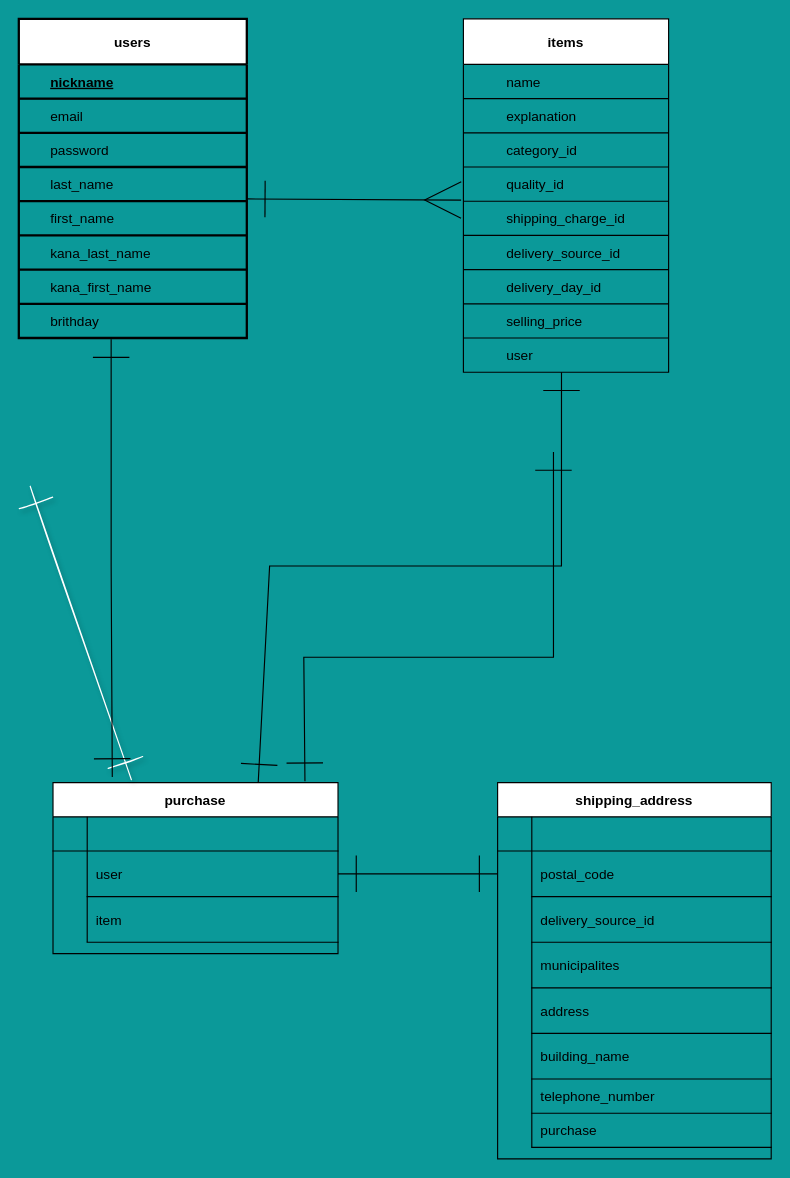
This is test.dio from CEmi6653/furima-36068, a draw.io file, before an edit. Source tidied: cells renumbered, new cells numbered last; positions are measured from the earlier drawing's top-left corner, leaving out a move shared by most shapes. Both pictures are drawn from the tidied source at 114%, with x=0, y=0 at pixel (18, 18).
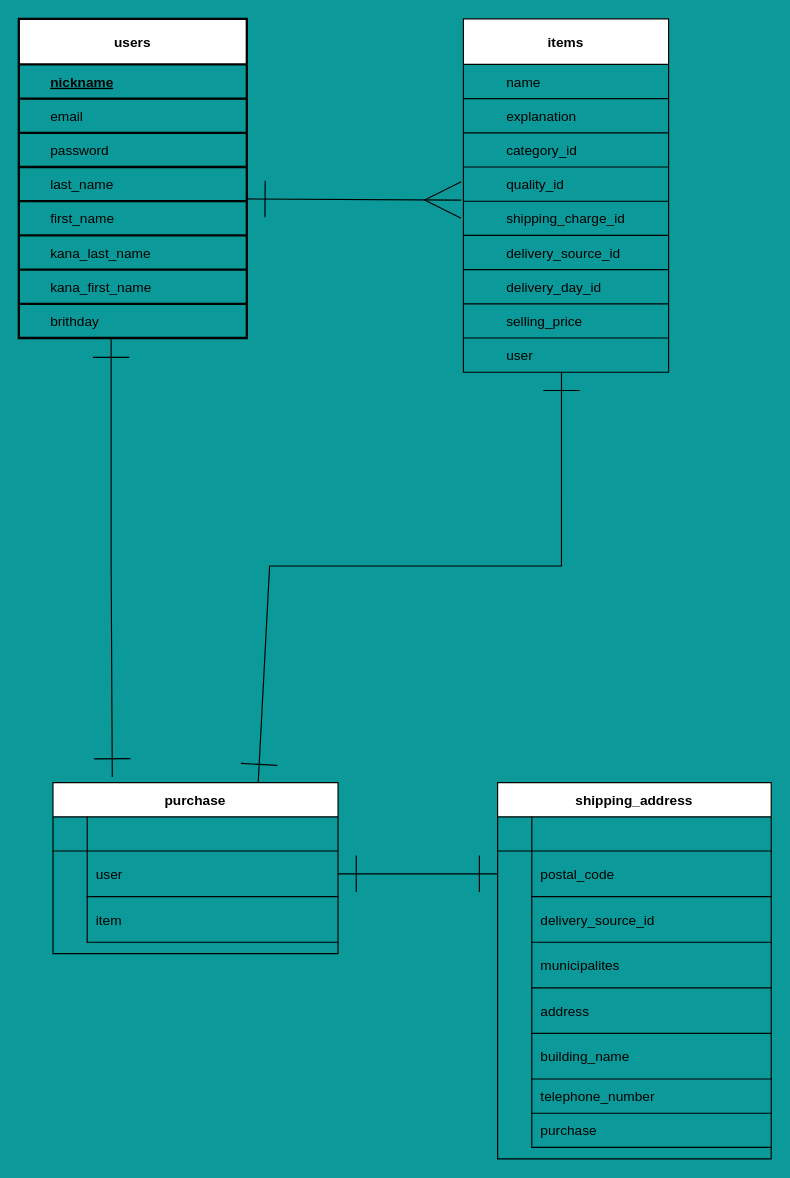
After the change.

Unchanged cells that the change refers to:
```xml
<mxCell id="56" value="purchase" style="shape=table;startSize=30;childLayout=tableLayout;rowLines=0;fontStyle=1;align=center;rounded=0;shadow=0;sketch=0;strokeWidth=1;" parent="1" vertex="1">
  <mxGeometry x="30" y="670" width="250" height="150" as="geometry" />
</mxCell>
```

Diff of the diagram source:
```diff
@@
-    <mxCell id="92" style="endArrow=ERone;html=1;rounded=0;startSize=29;endSize=30;sourcePerimeterSpacing=10;strokeWidth=1;exitX=0.477;exitY=1.044;exitDx=0;exitDy=0;exitPerimeter=0;entryX=0.275;entryY=-0.017;entryDx=0;entryDy=0;entryPerimeter=0;startArrow=ERone;startFill=0;endFill=0;fillColor=#e1d5e7;labelBackgroundColor=none;labelBorderColor=none;shadow=1;sketch=1;strokeColor=#FFFFFF;" parent="1" edge="1" target="56">
-      <mxGeometry relative="1" as="geometry">
-        <mxPoint x="10" y="410" as="sourcePoint" />
-      </mxGeometry>
-    </mxCell>
-    <mxCell id="93" style="endArrow=ERone;html=1;rounded=0;exitX=0.884;exitY=-0.008;exitDx=0;exitDy=0;exitPerimeter=0;endFill=0;endSize=30;startArrow=ERone;startFill=0;startSize=30;entryX=0.439;entryY=1.067;entryDx=0;entryDy=0;entryPerimeter=0;" parent="1" edge="1" source="56">
-      <mxGeometry relative="1" as="geometry">
-        <mxPoint x="469" y="380" as="targetPoint" />
-        <Array as="points">
-          <mxPoint x="250" y="560" />
-          <mxPoint x="469" y="560" />
-        </Array>
-      </mxGeometry>
-    </mxCell>
```
